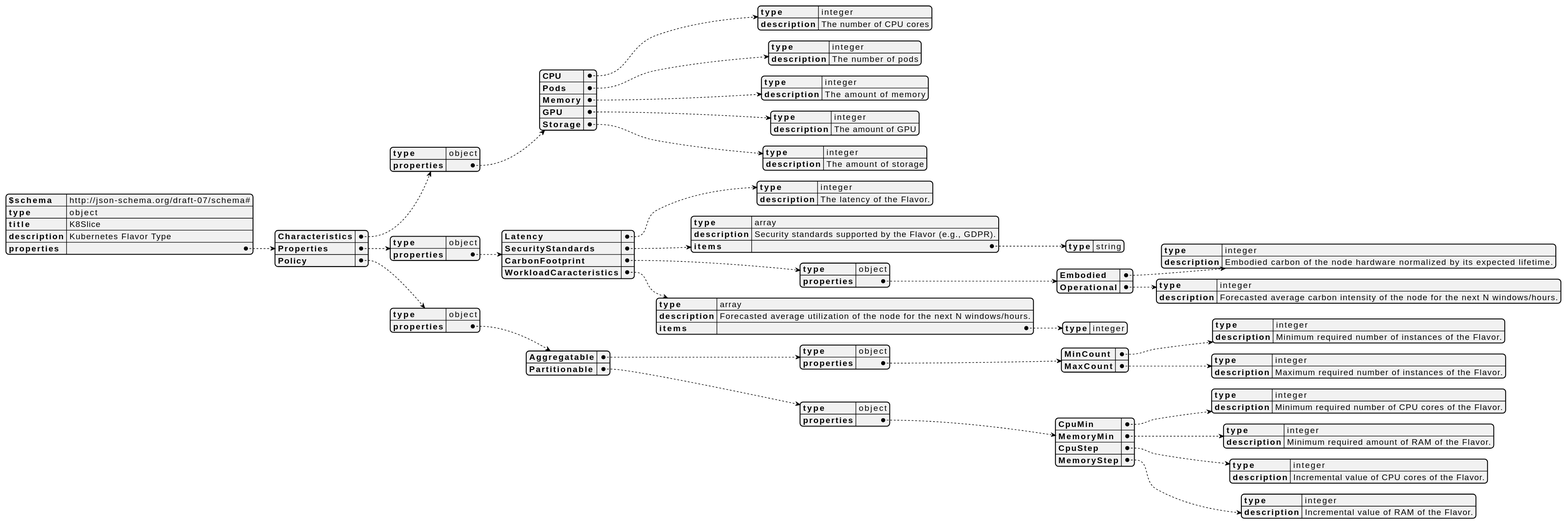
Above: models/schemas/svg/flavor-types/k8slice.svg in fluidos-project/REAR-data-models (PlantUML), before the change.
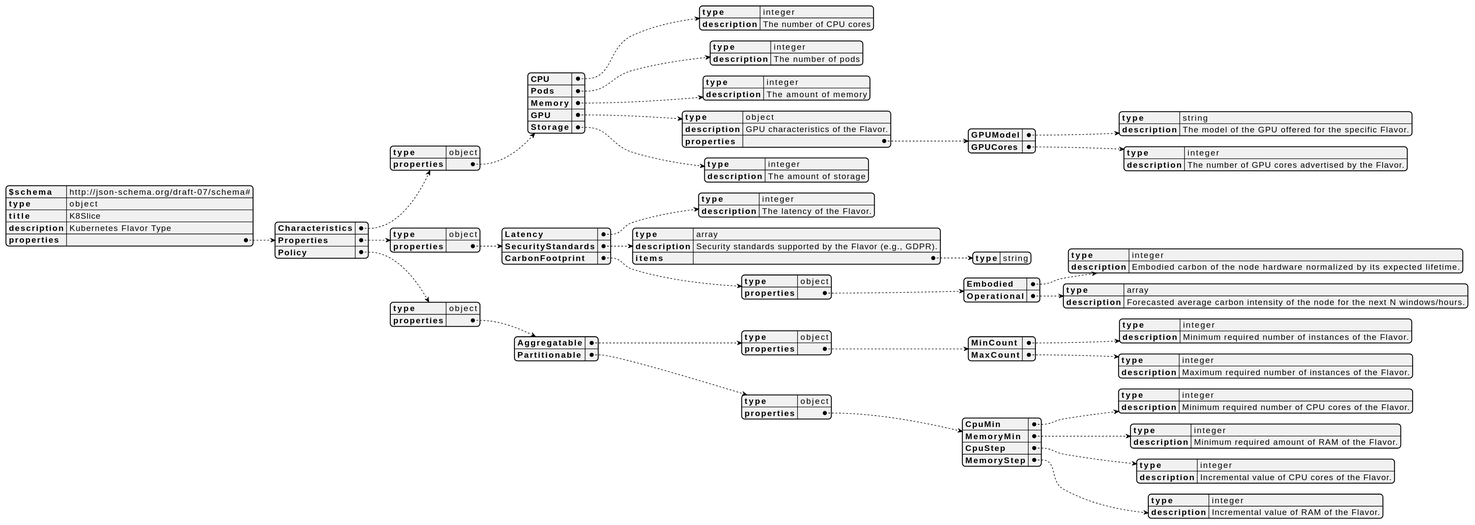
After the change.

The edit, as a diff of the source:
```diff
@@ -21,8 +21,18 @@
                     "description": "The amount of memory"
                 },
                 "GPU": {
-                    "type": "integer",
-                    "description": "The amount of GPU"
+                    "type": "object",
+                    "description": "GPU characteristics of the Flavor.",
+                    "properties": {
+                        "GPUModel" : {
+                            "type": "string",
+                            "description": "The model of the GPU offered for the specific Flavor."
+                        },
+                        "GPUCores": {
+                            "type": "integer",
+                            "description": "The number of GPU cores advertised by the Flavor."
+                        }
+                    }
                 },
                 "Storage": {
                     "type": "integer",
@@ -52,16 +62,9 @@
                             "description": "Embodied carbon of the node hardware normalized by its expected lifetime."
                         },
                         "Operational": {
-                            "type": "integer",
+                            "type": "array",
                             "description": "Forecasted average carbon intensity of the node for the next N windows/hours."
                         }
-                    }
-                },
-                "WorkloadCaracteristics": {
-                    "type": "array",
-                    "description": "Forecasted average utilization of the node for the next N windows/hours.",
-                    "items": {
-                        "type": "integer"
                     }
                 }
             }
```
